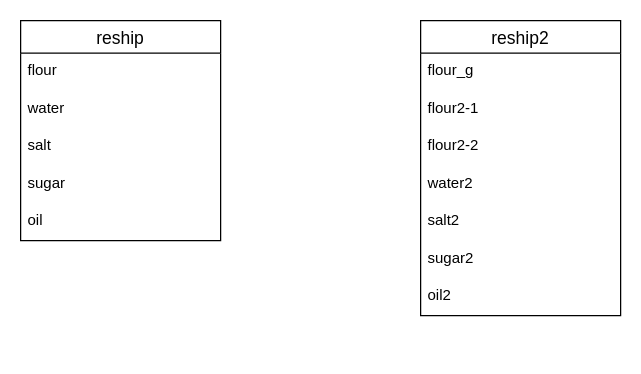
Above: er.dio in ina-gaki/bread-37939 (draw.io), before the change. Source tidied: cells renumbered, new cells numbered last; positions are measured from the earlier drawing's top-left corner, leaving out a move shared by most shapes. Both pictures are drawn from the tidied source at 125%, with x=0, y=0 at pixel (20, 20).
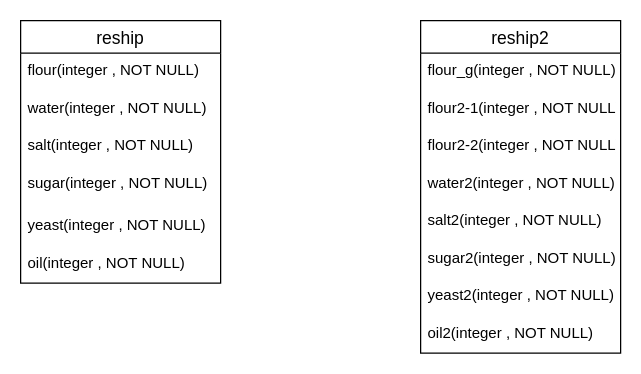
The same diagram, later.

Diff of the diagram source:
```diff
@@
 <mxGraphModel>
   <root>
     <mxCell id="0" />
     <mxCell id="1" parent="0" />
     <mxCell id="2" value="reship" style="swimlane;fontStyle=0;horizontal=1;startSize=26;align=center;fontSize=14;" parent="1" vertex="1">
-      <mxGeometry width="160" height="176" as="geometry" />
+      <mxGeometry width="160" height="210" as="geometry" />
     </mxCell>
-    <mxCell id="3" value="flour" style="text;strokeColor=none;fillColor=none;spacingLeft=4;spacingRight=4;overflow=hidden;fontSize=12;" parent="2" vertex="1">
+    <mxCell id="3" value="flour(integer , NOT NULL)" style="text;strokeColor=none;fillColor=none;spacingLeft=4;spacingRight=4;overflow=hidden;fontSize=12;" parent="2" vertex="1">
       <mxGeometry y="26" width="160" height="30" as="geometry" />
     </mxCell>
-    <mxCell id="4" value="water" style="text;strokeColor=none;fillColor=none;spacingLeft=4;spacingRight=4;overflow=hidden;fontSize=12;" parent="2" vertex="1">
+    <mxCell id="4" value="water(integer , NOT NULL)" style="text;strokeColor=none;fillColor=none;spacingLeft=4;spacingRight=4;overflow=hidden;fontSize=12;" parent="2" vertex="1">
       <mxGeometry y="56" width="160" height="30" as="geometry" />
     </mxCell>
-    <mxCell id="5" value="salt" style="text;strokeColor=none;fillColor=none;spacingLeft=4;spacingRight=4;overflow=hidden;fontSize=12;" parent="2" vertex="1">
+    <mxCell id="5" value="salt(integer , NOT NULL)" style="text;strokeColor=none;fillColor=none;spacingLeft=4;spacingRight=4;overflow=hidden;fontSize=12;" parent="2" vertex="1">
       <mxGeometry y="86" width="160" height="30" as="geometry" />
     </mxCell>
-    <mxCell id="6" value="sugar" style="text;strokeColor=none;fillColor=none;spacingLeft=4;spacingRight=4;overflow=hidden;fontSize=12;" parent="2" vertex="1">
-      <mxGeometry y="116" width="160" height="30" as="geometry" />
+    <mxCell id="6" value="sugar(integer , NOT NULL)" style="text;strokeColor=none;fillColor=none;spacingLeft=4;spacingRight=4;overflow=hidden;fontSize=12;" parent="2" vertex="1">
+      <mxGeometry y="116" width="160" height="34" as="geometry" />
     </mxCell>
+    <mxCell id="16" value="yeast(integer , NOT NULL)" style="text;strokeColor=none;fillColor=none;spacingLeft=4;spacingRight=4;overflow=hidden;fontSize=12;" parent="2" vertex="1">
+      <mxGeometry y="150" width="160" height="30" as="geometry" />
+    </mxCell>
-    <mxCell id="7" value="oil" style="text;strokeColor=none;fillColor=none;spacingLeft=4;spacingRight=4;overflow=hidden;fontSize=12;" parent="2" vertex="1">
-      <mxGeometry y="146" width="160" height="30" as="geometry" />
+    <mxCell id="7" value="oil(integer , NOT NULL)" style="text;strokeColor=none;fillColor=none;spacingLeft=4;spacingRight=4;overflow=hidden;fontSize=12;" parent="2" vertex="1">
+      <mxGeometry y="180" width="160" height="30" as="geometry" />
     </mxCell>
     <mxCell id="8" value="reship2" style="swimlane;fontStyle=0;horizontal=1;startSize=26;align=center;fontSize=14;" parent="1" vertex="1">
-      <mxGeometry x="320" width="160" height="236" as="geometry" />
+      <mxGeometry x="320" width="160" height="266" as="geometry" />
     </mxCell>
-    <mxCell id="9" value="flour_g" style="text;strokeColor=none;fillColor=none;spacingLeft=4;spacingRight=4;overflow=hidden;fontSize=12;" parent="8" vertex="1">
+    <mxCell id="9" value="flour_g(integer , NOT NULL)" style="text;strokeColor=none;fillColor=none;spacingLeft=4;spacingRight=4;overflow=hidden;fontSize=12;" parent="8" vertex="1">
       <mxGeometry y="26" width="160" height="30" as="geometry" />
     </mxCell>
-    <mxCell id="10" value="flour2-1" style="text;strokeColor=none;fillColor=none;spacingLeft=4;spacingRight=4;overflow=hidden;fontSize=12;" parent="8" vertex="1">
+    <mxCell id="10" value="flour2-1(integer , NOT NULL)" style="text;strokeColor=none;fillColor=none;spacingLeft=4;spacingRight=4;overflow=hidden;fontSize=12;" parent="8" vertex="1">
       <mxGeometry y="56" width="160" height="30" as="geometry" />
     </mxCell>
-    <mxCell id="11" value="flour2-2" style="text;strokeColor=none;fillColor=none;spacingLeft=4;spacingRight=4;overflow=hidden;fontSize=12;" parent="8" vertex="1">
+    <mxCell id="11" value="flour2-2(integer , NOT NULL)" style="text;strokeColor=none;fillColor=none;spacingLeft=4;spacingRight=4;overflow=hidden;fontSize=12;" parent="8" vertex="1">
       <mxGeometry y="86" width="160" height="30" as="geometry" />
     </mxCell>
-    <mxCell id="12" value="water2" style="text;strokeColor=none;fillColor=none;spacingLeft=4;spacingRight=4;overflow=hidden;fontSize=12;" parent="8" vertex="1">
+    <mxCell id="12" value="water2(integer , NOT NULL)" style="text;strokeColor=none;fillColor=none;spacingLeft=4;spacingRight=4;overflow=hidden;fontSize=12;" parent="8" vertex="1">
       <mxGeometry y="116" width="160" height="30" as="geometry" />
     </mxCell>
-    <mxCell id="13" value="salt2" style="text;strokeColor=none;fillColor=none;spacingLeft=4;spacingRight=4;overflow=hidden;fontSize=12;" parent="8" vertex="1">
+    <mxCell id="13" value="salt2(integer , NOT NULL)" style="text;strokeColor=none;fillColor=none;spacingLeft=4;spacingRight=4;overflow=hidden;fontSize=12;" parent="8" vertex="1">
       <mxGeometry y="146" width="160" height="30" as="geometry" />
     </mxCell>
-    <mxCell id="14" value="sugar2" style="text;strokeColor=none;fillColor=none;spacingLeft=4;spacingRight=4;overflow=hidden;fontSize=12;" parent="8" vertex="1">
+    <mxCell id="14" value="sugar2(integer , NOT NULL)" style="text;strokeColor=none;fillColor=none;spacingLeft=4;spacingRight=4;overflow=hidden;fontSize=12;" parent="8" vertex="1">
       <mxGeometry y="176" width="160" height="30" as="geometry" />
     </mxCell>
+    <mxCell id="17" value="yeast2(integer , NOT NULL)" style="text;strokeColor=none;fillColor=none;spacingLeft=4;spacingRight=4;overflow=hidden;fontSize=12;" parent="8" vertex="1">
+      <mxGeometry y="206" width="160" height="30" as="geometry" />
+    </mxCell>
-    <mxCell id="15" value="oil2" style="text;strokeColor=none;fillColor=none;spacingLeft=4;spacingRight=4;overflow=hidden;fontSize=12;" parent="8" vertex="1">
-      <mxGeometry y="206" width="160" height="30" as="geometry" />
+    <mxCell id="15" value="oil2(integer , NOT NULL)" style="text;strokeColor=none;fillColor=none;spacingLeft=4;spacingRight=4;overflow=hidden;fontSize=12;" parent="8" vertex="1">
+      <mxGeometry y="236" width="160" height="30" as="geometry" />
     </mxCell>
   </root>
 </mxGraphModel>
```
